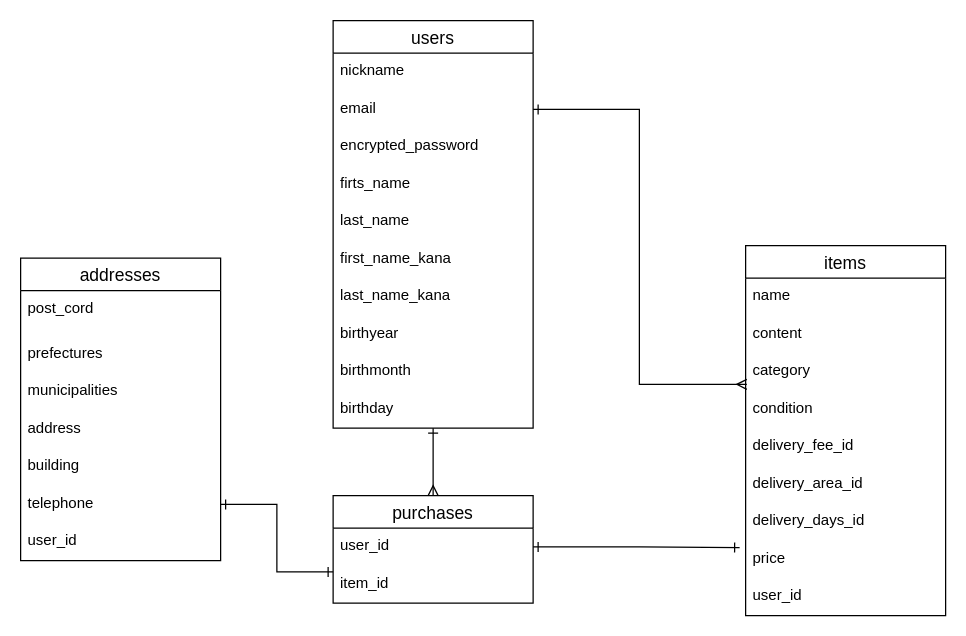
tk-16/furima-33912 keeps this draw.io diagram as test.dio. Above is the earlier version. Source tidied: cells renumbered, new cells numbered last; positions are measured from the earlier drawing's top-left corner, leaving out a move shared by most shapes. Both pictures are drawn from the tidied source at 125%, with x=0, y=0 at pixel (20, 20).
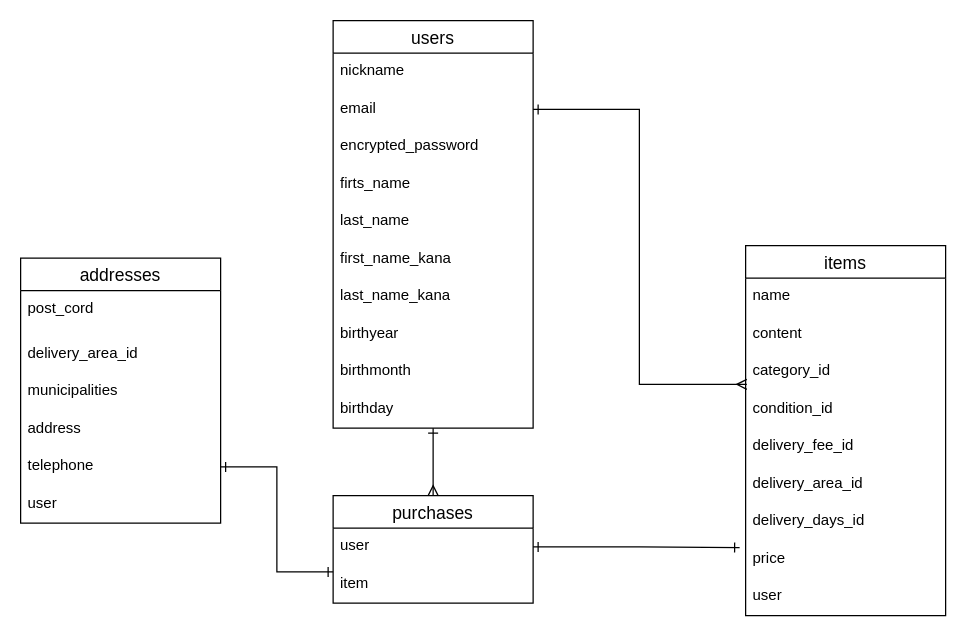
The same diagram, later.

Commit message (it also covers changes not shown here):
ER図・README修正(2回目)

The change refers to these unchanged cells:
```xml
<mxCell id="13" value="items" style="swimlane;fontStyle=0;horizontal=1;startSize=26;align=center;fontSize=14;" parent="1" vertex="1">
  <mxGeometry x="580" y="180" width="160" height="296" as="geometry" />
</mxCell>
<mxCell id="24" value="purchases" style="swimlane;fontStyle=0;horizontal=1;startSize=26;align=center;fontSize=14;" parent="1" vertex="1">
  <mxGeometry x="250" y="380" width="160" height="86" as="geometry" />
</mxCell>
```

Change to the diagram source:
```diff
@@
-    <mxCell id="16" value="category" style="text;strokeColor=none;fillColor=none;spacingLeft=4;spacingRight=4;overflow=hidden;fontSize=12;" parent="13" vertex="1">
+    <mxCell id="16" value="category_id" style="text;strokeColor=none;fillColor=none;spacingLeft=4;spacingRight=4;overflow=hidden;fontSize=12;" parent="13" vertex="1">
       <mxGeometry y="86" width="160" height="30" as="geometry" />
     </mxCell>
-    <mxCell id="17" value="condition" style="text;strokeColor=none;fillColor=none;spacingLeft=4;spacingRight=4;overflow=hidden;points=[[0,0.5],[1,0.5]];portConstraint=eastwest;fontSize=12;" parent="13" vertex="1">
+    <mxCell id="17" value="condition_id" style="text;strokeColor=none;fillColor=none;spacingLeft=4;spacingRight=4;overflow=hidden;points=[[0,0.5],[1,0.5]];portConstraint=eastwest;fontSize=12;" parent="13" vertex="1">
       <mxGeometry y="116" width="160" height="30" as="geometry" />
     </mxCell>
@@
-    <mxCell id="22" value="user_id" style="text;strokeColor=none;fillColor=none;spacingLeft=4;spacingRight=4;overflow=hidden;fontSize=12;" parent="13" vertex="1">
+    <mxCell id="22" value="user" style="text;strokeColor=none;fillColor=none;spacingLeft=4;spacingRight=4;overflow=hidden;fontSize=12;" parent="13" vertex="1">
       <mxGeometry y="266" width="160" height="30" as="geometry" />
     </mxCell>
@@
-    <mxCell id="25" value="user_id" style="text;strokeColor=none;fillColor=none;spacingLeft=4;spacingRight=4;overflow=hidden;points=[[0,0.5],[1,0.5]];portConstraint=eastwest;fontSize=12;" parent="24" vertex="1">
+    <mxCell id="25" value="user" style="text;strokeColor=none;fillColor=none;spacingLeft=4;spacingRight=4;overflow=hidden;points=[[0,0.5],[1,0.5]];portConstraint=eastwest;fontSize=12;" parent="24" vertex="1">
       <mxGeometry y="26" width="160" height="30" as="geometry" />
     </mxCell>
-    <mxCell id="26" value="item_id" style="text;strokeColor=none;fillColor=none;spacingLeft=4;spacingRight=4;overflow=hidden;points=[[0,0.5],[1,0.5]];portConstraint=eastwest;fontSize=12;" parent="24" vertex="1">
+    <mxCell id="26" value="item" style="text;strokeColor=none;fillColor=none;spacingLeft=4;spacingRight=4;overflow=hidden;points=[[0,0.5],[1,0.5]];portConstraint=eastwest;fontSize=12;" parent="24" vertex="1">
       <mxGeometry y="56" width="160" height="30" as="geometry" />
     </mxCell>
     <mxCell id="27" value="addresses" style="swimlane;fontStyle=0;horizontal=1;startSize=26;align=center;fontSize=14;" parent="1" vertex="1">
-      <mxGeometry y="190" width="160" height="242" as="geometry" />
+      <mxGeometry y="190" width="160" height="212" as="geometry" />
     </mxCell>
@@
-    <mxCell id="29" value="prefectures" style="text;strokeColor=none;fillColor=none;spacingLeft=4;spacingRight=4;overflow=hidden;fontSize=12;" parent="27" vertex="1">
+    <mxCell id="29" value="delivery_area_id" style="text;strokeColor=none;fillColor=none;spacingLeft=4;spacingRight=4;overflow=hidden;fontSize=12;" parent="27" vertex="1">
       <mxGeometry y="62" width="160" height="30" as="geometry" />
     </mxCell>
@@
-    <mxCell id="32" value="building" style="text;strokeColor=none;fillColor=none;spacingLeft=4;spacingRight=4;overflow=hidden;fontSize=12;" parent="27" vertex="1">
-      <mxGeometry y="152" width="160" height="30" as="geometry" />
-    </mxCell>
     <mxCell id="33" value="telephone" style="text;strokeColor=none;fillColor=none;spacingLeft=4;spacingRight=4;overflow=hidden;points=[[0,0.5],[1,0.5]];portConstraint=eastwest;fontSize=12;" parent="27" vertex="1">
-      <mxGeometry y="182" width="160" height="30" as="geometry" />
+      <mxGeometry y="152" width="160" height="30" as="geometry" />
     </mxCell>
-    <mxCell id="34" value="user_id" style="text;strokeColor=none;fillColor=none;spacingLeft=4;spacingRight=4;overflow=hidden;fontSize=12;" parent="27" vertex="1">
-      <mxGeometry y="212" width="160" height="30" as="geometry" />
+    <mxCell id="34" value="user" style="text;strokeColor=none;fillColor=none;spacingLeft=4;spacingRight=4;overflow=hidden;fontSize=12;" parent="27" vertex="1">
+      <mxGeometry y="182" width="160" height="30" as="geometry" />
     </mxCell>
```
